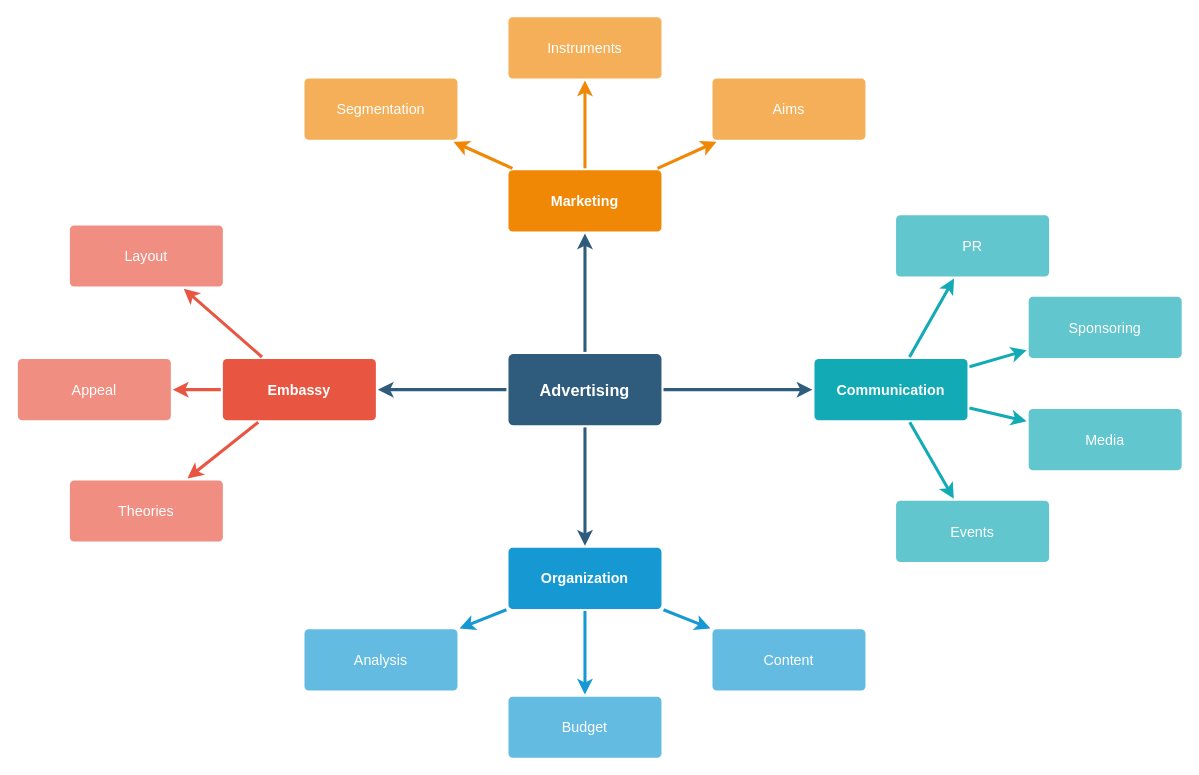
Above: src/Untitled Diagram.drawio in StrahSvid17/randomPasswordGenerate (draw.io), before the change. Source tidied: cells renumbered, new cells numbered last; positions are measured from the earlier drawing's top-left corner, leaving out a move shared by most shapes. Both pictures are drawn from the tidied source at 102%, with x=0, y=0 at pixel (17, 16).
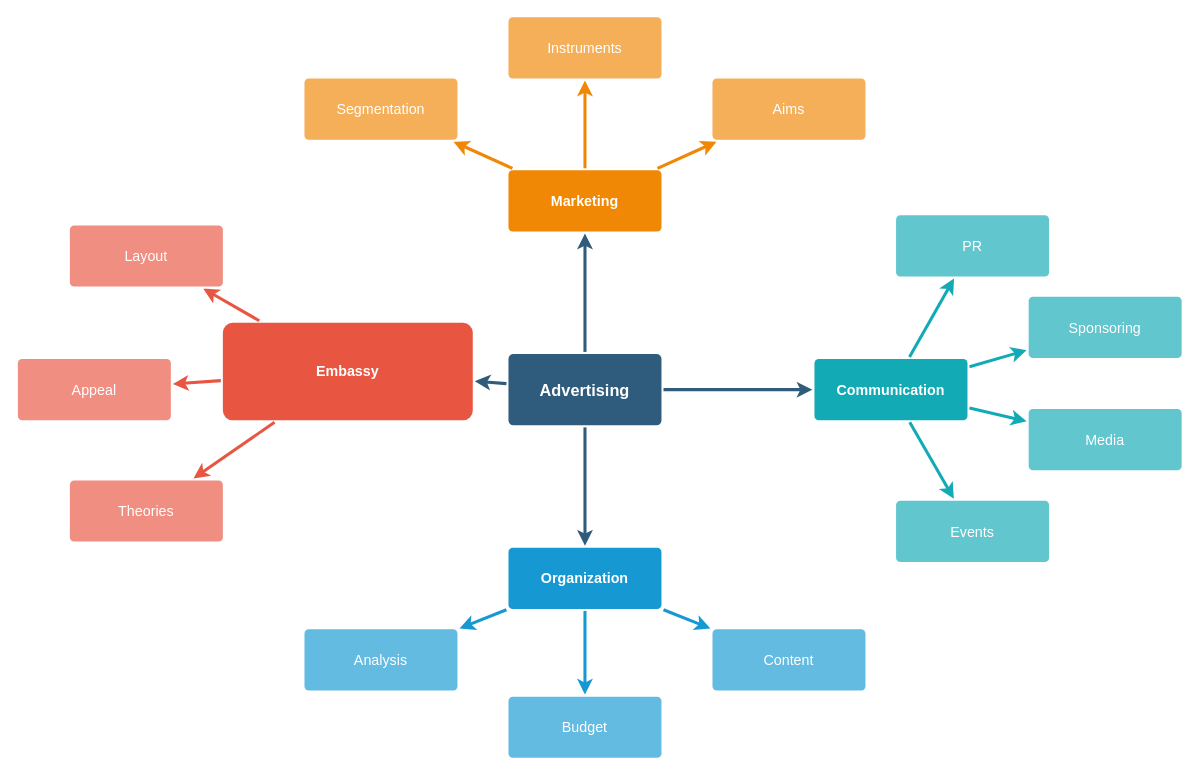
After the change.

Change to the diagram source:
```diff
@@
-    <mxCell id="10" value="Embassy" style="rounded=1;whiteSpace=wrap;html=1;shadow=0;labelBackgroundColor=none;strokeColor=none;strokeWidth=3;fillColor=#e85642;fontFamily=Helvetica;fontSize=14;fontColor=#FFFFFF;align=center;spacing=5;fontStyle=1;arcSize=7;perimeterSpacing=2;" parent="1" vertex="1">
-      <mxGeometry x="201" y="335.5" width="150" height="60" as="geometry" />
+    <mxCell id="10" value="Embassy" style="rounded=1;whiteSpace=wrap;html=1;shadow=0;labelBackgroundColor=none;strokeColor=none;strokeWidth=3;fillColor=#e85642;fontFamily=Helvetica;fontSize=14;fontColor=#FFFFFF;align=center;spacing=5;fontStyle=1;arcSize=10;perimeterSpacing=2;" parent="1" vertex="1">
+      <mxGeometry x="201" y="300" width="245" height="95.5" as="geometry" />
     </mxCell>
```
